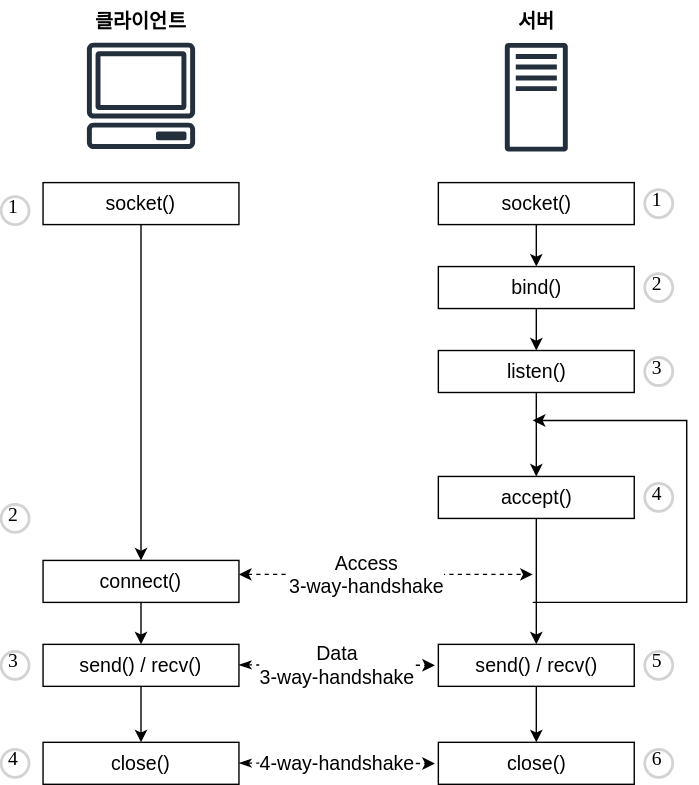
Earlier version of the draw.io export 16/yongki/assets/accept-point.drawio.svg (cs-study-org/cs-study). Source tidied: cells renumbered, new cells last; positions are measured from the earlier drawing's top-left corner, leaving out a move shared by most shapes.
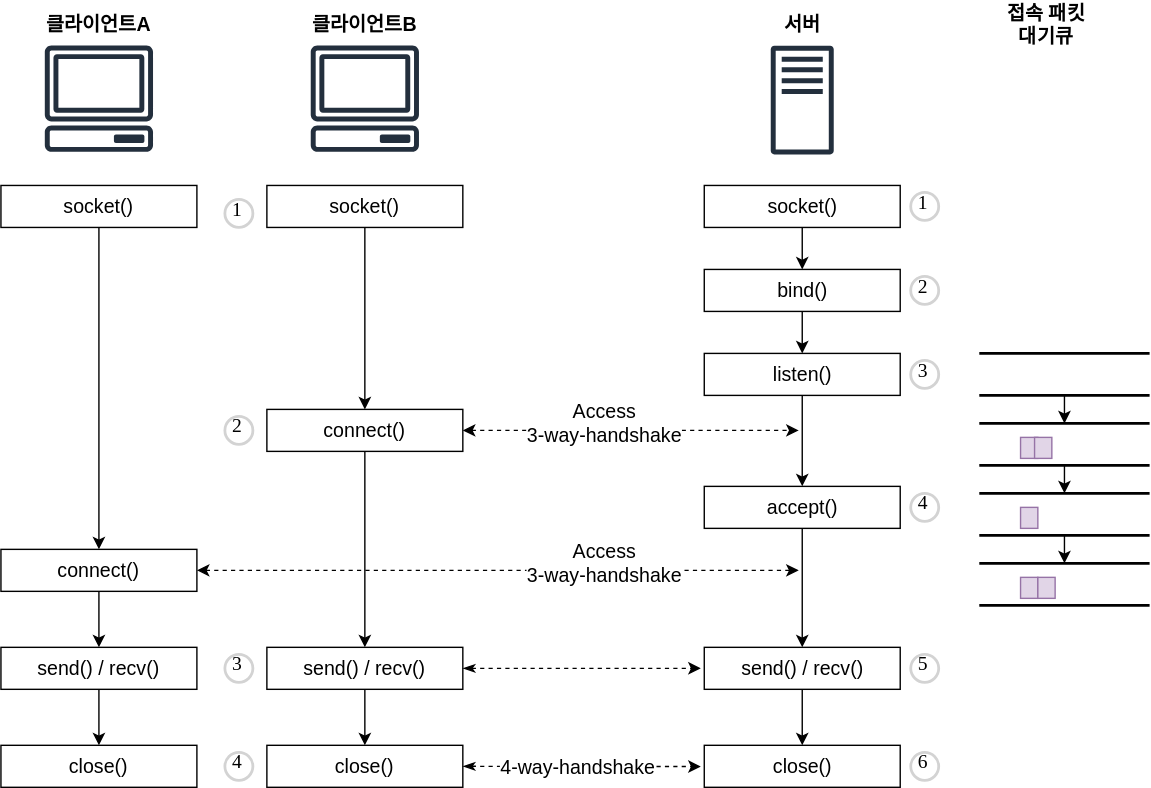
The same diagram one commit later.

Commit message:
:bento: Update point of socket.accept() asset

The edit, as a diff of the source:
```diff
@@ -2,21 +2,24 @@
   <root>
     <mxCell id="0" />
     <mxCell id="1" parent="0" />
+    <mxCell id="41" style="edgeStyle=none;html=1;exitX=0.5;exitY=1;exitDx=0;exitDy=0;entryX=0.5;entryY=0;entryDx=0;entryDy=0;" parent="1" edge="1" source="42" target="53">
+      <mxGeometry relative="1" as="geometry" />
+    </mxCell>
+    <mxCell id="42" style="shape=partialRectangle;whiteSpace=wrap;html=1;left=0;right=0;fillColor=none;fontFamily=Helvetica;fontSize=20;fontColor=default;strokeColor=default;strokeWidth=2;" parent="1" vertex="1">
+      <mxGeometry x="510" y="300" width="119.7" height="30" as="geometry" />
+    </mxCell>
     <mxCell id="2" style="edgeStyle=none;html=1;exitX=0.5;exitY=1;exitDx=0;exitDy=0;entryX=0.5;entryY=0;entryDx=0;entryDy=0;fontSize=14;" parent="1" edge="1" source="3" target="16">
       <mxGeometry relative="1" as="geometry" />
     </mxCell>
     <mxCell id="3" value="&lt;font style=&quot;font-size: 14px&quot;&gt;socket()&lt;/font&gt;" style="rounded=0;whiteSpace=wrap;html=1;" parent="1" vertex="1">
-      <mxGeometry x="30" y="130" width="140" height="30" as="geometry" />
+      <mxGeometry y="130" width="140" height="30" as="geometry" />
     </mxCell>
     <mxCell id="4" style="sketch=0;fontColor=#232F3E;gradientColor=none;fillColor=#232F3D;strokeColor=none;dashed=0;verticalLabelPosition=bottom;verticalAlign=top;align=center;html=1;fontSize=12;fontStyle=0;shape=mxgraph.aws4.client;" parent="1" vertex="1">
-      <mxGeometry x="61" y="30" width="78" height="76" as="geometry" />
+      <mxGeometry x="31" y="30" width="78" height="76" as="geometry" />
     </mxCell>
     <mxCell id="5" style="sketch=0;fontColor=#232F3E;gradientColor=none;fillColor=#232F3D;strokeColor=none;dashed=0;verticalLabelPosition=bottom;verticalAlign=top;align=center;html=1;fontSize=12;fontStyle=0;shape=mxgraph.aws4.traditional_server;" parent="1" vertex="1">
       <mxGeometry x="360" y="30" width="45" height="78" as="geometry" />
     </mxCell>
-    <mxCell id="6" value="&lt;font style=&quot;font-size: 14px&quot;&gt;&lt;b&gt;클라이언트&lt;/b&gt;&lt;/font&gt;" style="text;html=1;strokeColor=none;fillColor=none;align=center;verticalAlign=middle;whiteSpace=wrap;rounded=0;" parent="1" vertex="1">
-      <mxGeometry x="60" width="80" height="30" as="geometry" />
-    </mxCell>
     <mxCell id="7" value="&lt;span style=&quot;font-size: 14px&quot;&gt;&lt;b&gt;서버&lt;/b&gt;&lt;/span&gt;" style="text;html=1;strokeColor=none;fillColor=none;align=center;verticalAlign=middle;whiteSpace=wrap;rounded=0;" parent="1" vertex="1">
       <mxGeometry x="342.5" width="80" height="30" as="geometry" />
     </mxCell>
@@ -27,7 +30,7 @@
       <mxGeometry x="312.5" y="130" width="140" height="30" as="geometry" />
     </mxCell>
     <mxCell id="10" value="1" style="ellipse;whiteSpace=wrap;html=1;strokeWidth=2;fontFamily=Tahoma;spacingBottom=4;spacingRight=2;strokeColor=#d3d3d3;fontSize=14;" parent="1" vertex="1">
-      <mxGeometry y="140" width="20" height="20" as="geometry" />
+      <mxGeometry x="-30" y="140" width="20" height="20" as="geometry" />
     </mxCell>
     <mxCell id="11" value="1" style="ellipse;whiteSpace=wrap;html=1;strokeWidth=2;fontFamily=Tahoma;spacingBottom=4;spacingRight=2;strokeColor=#d3d3d3;fontSize=14;" parent="1" vertex="1">
       <mxGeometry x="460" y="135" width="20" height="20" as="geometry" />
@@ -36,7 +39,7 @@
       <mxGeometry relative="1" as="geometry" />
     </mxCell>
     <mxCell id="13" value="&lt;font style=&quot;font-size: 14px&quot;&gt;send() / recv()&lt;/font&gt;" style="rounded=0;whiteSpace=wrap;html=1;" parent="1" vertex="1">
-      <mxGeometry x="30" y="460" width="140" height="30" as="geometry" />
+      <mxGeometry y="460" width="140" height="30" as="geometry" />
     </mxCell>
     <mxCell id="14" value="2" style="ellipse;whiteSpace=wrap;html=1;strokeWidth=2;fontFamily=Tahoma;spacingBottom=4;spacingRight=2;strokeColor=#d3d3d3;fontSize=14;" parent="1" vertex="1">
       <mxGeometry x="460" y="195" width="20" height="20" as="geometry" />
@@ -45,7 +48,7 @@
       <mxGeometry relative="1" as="geometry" />
     </mxCell>
     <mxCell id="16" value="&lt;font style=&quot;font-size: 14px&quot;&gt;connect()&lt;/font&gt;" style="rounded=0;whiteSpace=wrap;html=1;" parent="1" vertex="1">
-      <mxGeometry x="30" y="400" width="140" height="30" as="geometry" />
+      <mxGeometry y="290" width="140" height="30" as="geometry" />
     </mxCell>
     <mxCell id="17" style="edgeStyle=none;html=1;exitX=0.5;exitY=1;exitDx=0;exitDy=0;fontSize=14;" parent="1" edge="1" source="18" target="20">
       <mxGeometry relative="1" as="geometry" />
@@ -66,7 +69,7 @@
       <mxGeometry relative="1" as="geometry" />
     </mxCell>
     <mxCell id="23" value="&lt;font style=&quot;font-size: 14px&quot;&gt;accept()&lt;/font&gt;" style="rounded=0;whiteSpace=wrap;html=1;" parent="1" vertex="1">
-      <mxGeometry x="312.5" y="340" width="140" height="30" as="geometry" />
+      <mxGeometry x="312.5" y="345" width="140" height="30" as="geometry" />
     </mxCell>
     <mxCell id="24" style="edgeStyle=none;html=1;exitX=0.5;exitY=1;exitDx=0;exitDy=0;fontSize=14;" parent="1" edge="1" source="25" target="28">
       <mxGeometry relative="1" as="geometry" />
@@ -74,44 +77,29 @@
     <mxCell id="25" value="&lt;font style=&quot;font-size: 14px&quot;&gt;send() / recv()&lt;/font&gt;" style="rounded=0;whiteSpace=wrap;html=1;" parent="1" vertex="1">
       <mxGeometry x="312.5" y="460" width="140" height="30" as="geometry" />
     </mxCell>
-    <mxCell id="26" style="edgeStyle=none;html=1;fontSize=14;dashed=1;startArrow=classic;startFill=1;" parent="1" edge="1">
+    <mxCell id="26" style="edgeStyle=none;html=1;fontSize=14;dashed=1;startArrow=classic;startFill=1;exitX=1;exitY=0.5;exitDx=0;exitDy=0;" parent="1" edge="1" source="16">
       <mxGeometry relative="1" as="geometry">
-        <mxPoint x="170" y="410" as="sourcePoint" />
-        <mxPoint x="380" y="410" as="targetPoint" />
+        <mxPoint x="380" y="305" as="targetPoint" />
       </mxGeometry>
     </mxCell>
     <mxCell id="27" value="Access&lt;br&gt;3-way-handshake" style="edgeLabel;html=1;align=center;verticalAlign=middle;fontSize=14;" parent="26" vertex="1">
-      <mxGeometry x="-0.14" relative="1" as="geometry" />
+      <mxGeometry x="-0.14" relative="1" as="geometry">
+        <mxPoint x="-3" y="-6" as="offset" />
+      </mxGeometry>
     </mxCell>
     <mxCell id="28" value="&lt;span style=&quot;font-size: 14px&quot;&gt;close()&lt;/span&gt;" style="rounded=0;whiteSpace=wrap;html=1;" parent="1" vertex="1">
       <mxGeometry x="312.5" y="530" width="140" height="30" as="geometry" />
     </mxCell>
     <mxCell id="29" value="&lt;span style=&quot;font-size: 14px&quot;&gt;close()&lt;/span&gt;" style="rounded=0;whiteSpace=wrap;html=1;" parent="1" vertex="1">
-      <mxGeometry x="30" y="530" width="140" height="30" as="geometry" />
+      <mxGeometry y="530" width="140" height="30" as="geometry" />
     </mxCell>
-    <mxCell id="30" style="endArrow=classic;html=1;fontSize=14;edgeStyle=elbowEdgeStyle;rounded=0;" parent="1" edge="1">
-      <mxGeometry relative="1" as="geometry">
-        <mxPoint x="380" y="430" as="sourcePoint" />
-        <mxPoint x="380" y="300" as="targetPoint" />
-        <Array as="points">
-          <mxPoint x="490" y="360" />
-        </Array>
-      </mxGeometry>
-    </mxCell>
-    <mxCell id="31" style="edgeStyle=none;html=1;fontSize=14;dashed=1;startArrow=classicThin;startFill=1;" parent="1" edge="1">
+    <mxCell id="31" style="edgeStyle=none;html=1;fontSize=14;dashed=1;startArrow=classicThin;startFill=1;exitX=1;exitY=0.5;exitDx=0;exitDy=0;" parent="1" edge="1" source="13">
       <mxGeometry relative="1" as="geometry">
-        <mxPoint x="170" y="474.7" as="sourcePoint" />
         <mxPoint x="310" y="475" as="targetPoint" />
       </mxGeometry>
     </mxCell>
-    <mxCell id="32" value="Data&lt;br&gt;3-way-handshake" style="edgeLabel;html=1;align=center;verticalAlign=middle;fontSize=14;" parent="31" vertex="1">
-      <mxGeometry x="-0.14" y="-1" relative="1" as="geometry">
-        <mxPoint x="9" y="-1" as="offset" />
-      </mxGeometry>
-    </mxCell>
-    <mxCell id="33" style="edgeStyle=none;html=1;fontSize=14;dashed=1;startArrow=classicThin;startFill=1;" parent="1" edge="1">
+    <mxCell id="33" style="edgeStyle=none;html=1;fontSize=14;dashed=1;startArrow=classicThin;startFill=1;exitX=1;exitY=0.5;exitDx=0;exitDy=0;" parent="1" edge="1" source="29">
       <mxGeometry relative="1" as="geometry">
-        <mxPoint x="170" y="544.8" as="sourcePoint" />
         <mxPoint x="310" y="545.2" as="targetPoint" />
       </mxGeometry>
     </mxCell>
@@ -121,16 +109,16 @@
       </mxGeometry>
     </mxCell>
     <mxCell id="35" value="2" style="ellipse;whiteSpace=wrap;html=1;strokeWidth=2;fontFamily=Tahoma;spacingBottom=4;spacingRight=2;strokeColor=#d3d3d3;fontSize=14;" parent="1" vertex="1">
-      <mxGeometry y="360" width="20" height="20" as="geometry" />
+      <mxGeometry x="-30" y="295" width="20" height="20" as="geometry" />
     </mxCell>
     <mxCell id="36" value="3" style="ellipse;whiteSpace=wrap;html=1;strokeWidth=2;fontFamily=Tahoma;spacingBottom=4;spacingRight=2;strokeColor=#d3d3d3;fontSize=14;" parent="1" vertex="1">
-      <mxGeometry y="465" width="20" height="20" as="geometry" />
+      <mxGeometry x="-30" y="465" width="20" height="20" as="geometry" />
     </mxCell>
     <mxCell id="37" value="4" style="ellipse;whiteSpace=wrap;html=1;strokeWidth=2;fontFamily=Tahoma;spacingBottom=4;spacingRight=2;strokeColor=#d3d3d3;fontSize=14;" parent="1" vertex="1">
-      <mxGeometry y="535" width="20" height="20" as="geometry" />
+      <mxGeometry x="-30" y="535" width="20" height="20" as="geometry" />
     </mxCell>
     <mxCell id="38" value="4" style="ellipse;whiteSpace=wrap;html=1;strokeWidth=2;fontFamily=Tahoma;spacingBottom=4;spacingRight=2;strokeColor=#d3d3d3;fontSize=14;" parent="1" vertex="1">
-      <mxGeometry x="460" y="345" width="20" height="20" as="geometry" />
+      <mxGeometry x="460" y="350" width="20" height="20" as="geometry" />
     </mxCell>
     <mxCell id="39" value="5" style="ellipse;whiteSpace=wrap;html=1;strokeWidth=2;fontFamily=Tahoma;spacingBottom=4;spacingRight=2;strokeColor=#d3d3d3;fontSize=14;" parent="1" vertex="1">
       <mxGeometry x="460" y="465" width="20" height="20" as="geometry" />
@@ -138,5 +126,76 @@
     <mxCell id="40" value="6" style="ellipse;whiteSpace=wrap;html=1;strokeWidth=2;fontFamily=Tahoma;spacingBottom=4;spacingRight=2;strokeColor=#d3d3d3;fontSize=14;" parent="1" vertex="1">
       <mxGeometry x="460" y="535" width="20" height="20" as="geometry" />
     </mxCell>
+    <mxCell id="43" style="edgeStyle=none;html=1;fontSize=14;dashed=1;startArrow=classic;startFill=1;exitX=1;exitY=0.5;exitDx=0;exitDy=0;" parent="1" edge="1" source="62">
+      <mxGeometry relative="1" as="geometry">
+        <mxPoint x="380" y="405" as="targetPoint" />
+      </mxGeometry>
+    </mxCell>
+    <mxCell id="44" style="rounded=0;whiteSpace=wrap;html=1;fillColor=#e1d5e7;strokeColor=#9673a6;" parent="1" vertex="1">
+      <mxGeometry x="538.5" y="310" width="12.3" height="15" as="geometry" />
+    </mxCell>
+    <mxCell id="45" style="edgeStyle=none;html=1;exitX=0.5;exitY=1;exitDx=0;exitDy=0;entryX=0.5;entryY=0;entryDx=0;entryDy=0;" parent="1" edge="1" source="46" target="42">
+      <mxGeometry relative="1" as="geometry" />
+    </mxCell>
+    <mxCell id="46" style="shape=partialRectangle;whiteSpace=wrap;html=1;left=0;right=0;fillColor=none;fontFamily=Helvetica;fontSize=20;fontColor=default;strokeColor=default;strokeWidth=2;" parent="1" vertex="1">
+      <mxGeometry x="510" y="250" width="119.7" height="30" as="geometry" />
+    </mxCell>
+    <mxCell id="47" value="&lt;span style=&quot;font-size: 14px&quot;&gt;&lt;b&gt;접속 패킷 &lt;br&gt;대기큐&lt;/b&gt;&lt;/span&gt;" style="text;html=1;strokeColor=none;fillColor=none;align=center;verticalAlign=middle;whiteSpace=wrap;rounded=0;" parent="1" vertex="1">
+      <mxGeometry x="517" width="80" height="30" as="geometry" />
+    </mxCell>
+    <mxCell id="48" style="shape=partialRectangle;whiteSpace=wrap;html=1;left=0;right=0;fillColor=none;fontFamily=Helvetica;fontSize=20;fontColor=default;strokeColor=default;strokeWidth=2;" parent="1" vertex="1">
+      <mxGeometry x="510" y="400" width="119.7" height="30" as="geometry" />
+    </mxCell>
+    <mxCell id="49" style="rounded=0;whiteSpace=wrap;html=1;fillColor=#e1d5e7;strokeColor=#9673a6;" parent="1" vertex="1">
+      <mxGeometry x="538.5" y="410" width="12.3" height="15" as="geometry" />
+    </mxCell>
+    <mxCell id="50" style="rounded=0;whiteSpace=wrap;html=1;fillColor=#e1d5e7;strokeColor=#9673a6;" parent="1" vertex="1">
+      <mxGeometry x="550.8" y="410" width="12.3" height="15" as="geometry" />
+    </mxCell>
+    <mxCell id="51" style="rounded=0;whiteSpace=wrap;html=1;fillColor=#e1d5e7;strokeColor=#9673a6;" parent="1" vertex="1">
+      <mxGeometry x="548.5" y="310" width="12.3" height="15" as="geometry" />
+    </mxCell>
+    <mxCell id="52" style="edgeStyle=none;html=1;exitX=0.5;exitY=1;exitDx=0;exitDy=0;entryX=0.5;entryY=0;entryDx=0;entryDy=0;" parent="1" edge="1" source="53" target="48">
+      <mxGeometry relative="1" as="geometry" />
+    </mxCell>
+    <mxCell id="53" style="shape=partialRectangle;whiteSpace=wrap;html=1;left=0;right=0;fillColor=none;fontFamily=Helvetica;fontSize=20;fontColor=default;strokeColor=default;strokeWidth=2;" parent="1" vertex="1">
+      <mxGeometry x="510" y="350" width="119.7" height="30" as="geometry" />
+    </mxCell>
+    <mxCell id="54" style="rounded=0;whiteSpace=wrap;html=1;fillColor=#e1d5e7;strokeColor=#9673a6;" parent="1" vertex="1">
+      <mxGeometry x="538.5" y="360" width="12.3" height="15" as="geometry" />
+    </mxCell>
+    <mxCell id="55" style="edgeStyle=none;html=1;exitX=0.5;exitY=1;exitDx=0;exitDy=0;entryX=0.5;entryY=0;entryDx=0;entryDy=0;fontSize=14;" parent="1" edge="1" source="56" target="62">
+      <mxGeometry relative="1" as="geometry" />
+    </mxCell>
+    <mxCell id="56" value="&lt;font style=&quot;font-size: 14px&quot;&gt;socket()&lt;/font&gt;" style="rounded=0;whiteSpace=wrap;html=1;" parent="1" vertex="1">
+      <mxGeometry x="-190" y="130" width="140" height="30" as="geometry" />
+    </mxCell>
+    <mxCell id="57" style="sketch=0;fontColor=#232F3E;gradientColor=none;fillColor=#232F3D;strokeColor=none;dashed=0;verticalLabelPosition=bottom;verticalAlign=top;align=center;html=1;fontSize=12;fontStyle=0;shape=mxgraph.aws4.client;" parent="1" vertex="1">
+      <mxGeometry x="-159" y="30" width="78" height="76" as="geometry" />
+    </mxCell>
+    <mxCell id="58" value="&lt;font style=&quot;font-size: 14px&quot;&gt;&lt;b&gt;클라이언트A&lt;/b&gt;&lt;/font&gt;" style="text;html=1;strokeColor=none;fillColor=none;align=center;verticalAlign=middle;whiteSpace=wrap;rounded=0;" parent="1" vertex="1">
+      <mxGeometry x="-165" width="90" height="30" as="geometry" />
+    </mxCell>
+    <mxCell id="59" style="edgeStyle=none;html=1;exitX=0.5;exitY=1;exitDx=0;exitDy=0;entryX=0.5;entryY=0;entryDx=0;entryDy=0;fontSize=14;" parent="1" edge="1" source="60" target="63">
+      <mxGeometry relative="1" as="geometry" />
+    </mxCell>
+    <mxCell id="60" value="&lt;font style=&quot;font-size: 14px&quot;&gt;send() / recv()&lt;/font&gt;" style="rounded=0;whiteSpace=wrap;html=1;" parent="1" vertex="1">
+      <mxGeometry x="-190" y="460" width="140" height="30" as="geometry" />
+    </mxCell>
+    <mxCell id="61" style="edgeStyle=none;html=1;exitX=0.5;exitY=1;exitDx=0;exitDy=0;entryX=0.5;entryY=0;entryDx=0;entryDy=0;fontSize=14;" parent="1" edge="1" source="62" target="60">
+      <mxGeometry relative="1" as="geometry" />
+    </mxCell>
+    <mxCell id="62" value="&lt;font style=&quot;font-size: 14px&quot;&gt;connect()&lt;/font&gt;" style="rounded=0;whiteSpace=wrap;html=1;" parent="1" vertex="1">
+      <mxGeometry x="-190" y="390" width="140" height="30" as="geometry" />
+    </mxCell>
+    <mxCell id="63" value="&lt;span style=&quot;font-size: 14px&quot;&gt;close()&lt;/span&gt;" style="rounded=0;whiteSpace=wrap;html=1;" parent="1" vertex="1">
+      <mxGeometry x="-190" y="530" width="140" height="30" as="geometry" />
+    </mxCell>
+    <mxCell id="64" value="Access&lt;br&gt;3-way-handshake" style="edgeLabel;html=1;align=center;verticalAlign=middle;fontSize=14;" parent="1" vertex="1">
+      <mxGeometry x="240" y="400" as="geometry" />
+    </mxCell>
+    <mxCell id="65" value="&lt;font style=&quot;font-size: 14px&quot;&gt;&lt;b&gt;클라이언트B&lt;/b&gt;&lt;/font&gt;" style="text;html=1;strokeColor=none;fillColor=none;align=center;verticalAlign=middle;whiteSpace=wrap;rounded=0;" parent="1" vertex="1">
+      <mxGeometry x="25" width="90" height="30" as="geometry" />
+    </mxCell>
   </root>
 </mxGraphModel>
```
